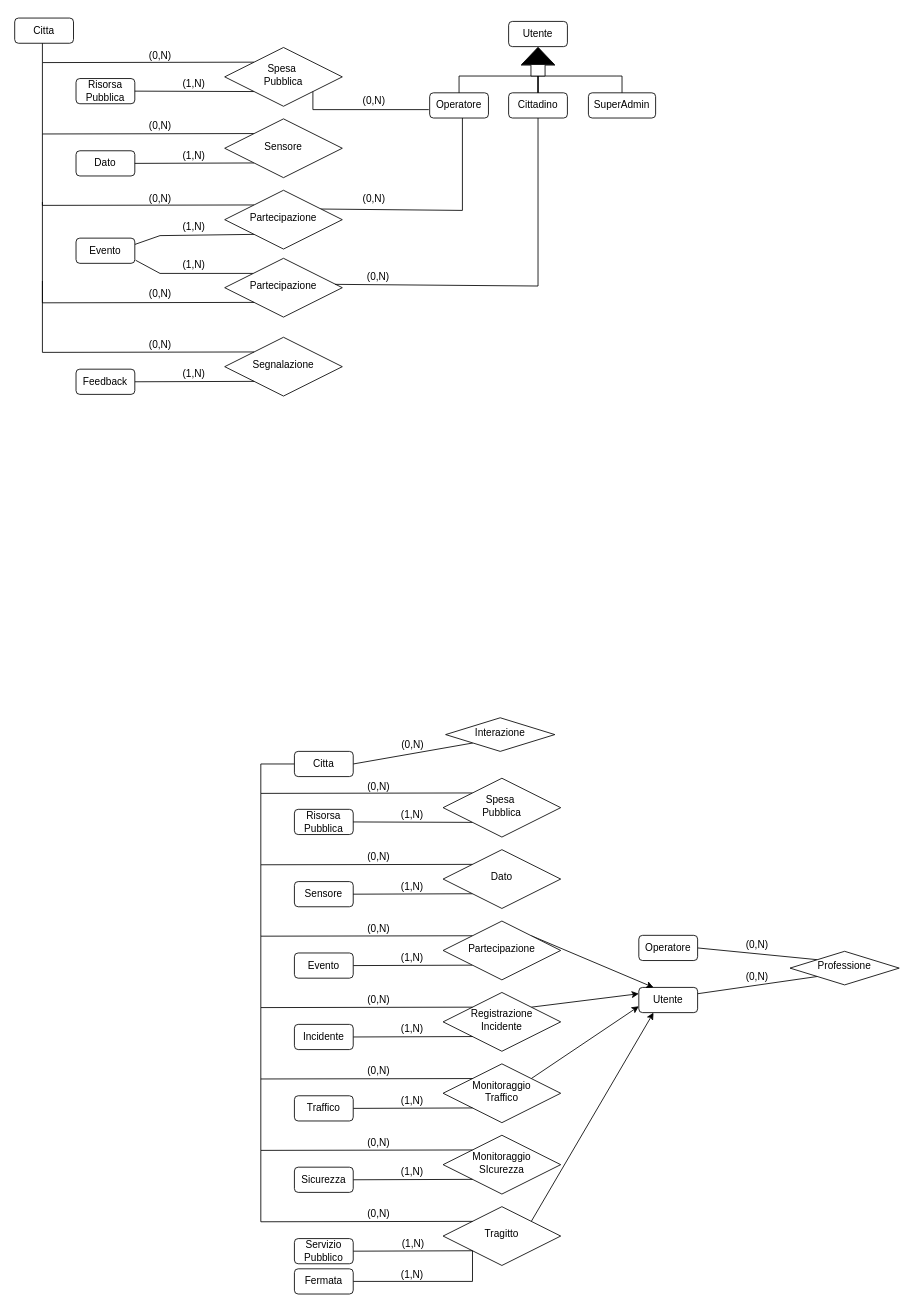
The draw.io diagram schema_scheletro.drawio in mattebest045/UrbanBrain, before the edit. Source tidied: cells renumbered, new cells numbered last; positions are measured from the earlier drawing's top-left corner, leaving out a move shared by most shapes. Both pictures are drawn from the tidied source at 84%, with x=0, y=0 at pixel (14, 18).
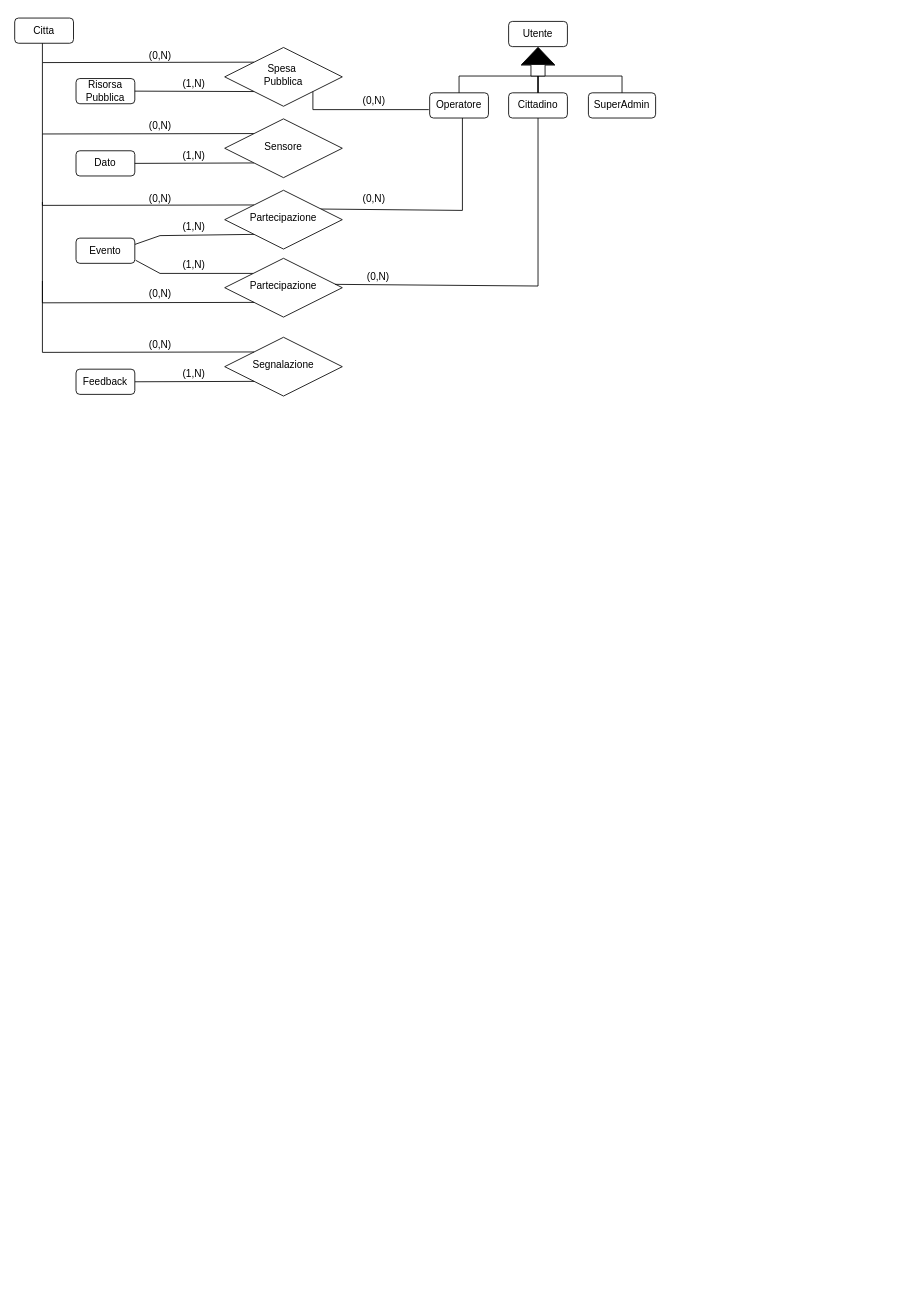
Above is the later version.

Change to the diagram source:
```diff
@@
-    <mxCell id="33" style="edgeStyle=none;rounded=0;html=1;exitX=1;exitY=0.5;exitDx=0;exitDy=0;entryX=0;entryY=0;entryDx=0;entryDy=0;endArrow=none;endFill=0;" parent="1" edge="1" source="34" target="36">
-      <mxGeometry relative="1" as="geometry" />
-    </mxCell>
-    <mxCell id="34" value="Operatore" style="rounded=1;whiteSpace=wrap;html=1;fontSize=12;glass=0;strokeWidth=1;shadow=0;" parent="1" vertex="1">
-      <mxGeometry x="743" y="1092" width="70" height="30" as="geometry" />
-    </mxCell>
-    <mxCell id="35" style="edgeStyle=none;rounded=0;html=1;exitX=0;exitY=1;exitDx=0;exitDy=0;entryX=1;entryY=0.25;entryDx=0;entryDy=0;endArrow=none;endFill=0;" parent="1" edge="1" source="36" target="37">
-      <mxGeometry relative="1" as="geometry" />
-    </mxCell>
-    <mxCell id="36" value="Professione" style="rhombus;whiteSpace=wrap;html=1;shadow=0;fontFamily=Helvetica;fontSize=12;align=center;strokeWidth=1;spacing=6;spacingTop=-4;" parent="1" vertex="1">
-      <mxGeometry x="923" y="1111" width="130" height="40" as="geometry" />
-    </mxCell>
-    <mxCell id="37" value="Utente" style="rounded=1;whiteSpace=wrap;html=1;fontSize=12;glass=0;strokeWidth=1;shadow=0;" parent="1" vertex="1">
-      <mxGeometry x="743" y="1154" width="70" height="30" as="geometry" />
-    </mxCell>
-    <mxCell id="38" style="edgeStyle=orthogonalEdgeStyle;rounded=0;orthogonalLoop=1;jettySize=auto;html=1;exitX=0.5;exitY=1;exitDx=0;exitDy=0;" parent="1" edge="1" source="36" target="36">
-      <mxGeometry relative="1" as="geometry" />
-    </mxCell>
-    <mxCell id="39" style="edgeStyle=none;rounded=0;html=1;exitX=0;exitY=1;exitDx=0;exitDy=0;entryX=1;entryY=0.5;entryDx=0;entryDy=0;endArrow=none;endFill=0;" parent="1" edge="1" source="40" target="43">
-      <mxGeometry relative="1" as="geometry" />
-    </mxCell>
-    <mxCell id="40" value="Interazione" style="rhombus;whiteSpace=wrap;html=1;shadow=0;fontFamily=Helvetica;fontSize=12;align=center;strokeWidth=1;spacing=6;spacingTop=-4;" parent="1" vertex="1">
-      <mxGeometry x="513" y="833" width="130" height="40" as="geometry" />
-    </mxCell>
-    <mxCell id="41" style="edgeStyle=orthogonalEdgeStyle;rounded=0;orthogonalLoop=1;jettySize=auto;html=1;exitX=0.5;exitY=1;exitDx=0;exitDy=0;" parent="1" edge="1" source="40" target="40">
-      <mxGeometry relative="1" as="geometry" />
-    </mxCell>
-    <mxCell id="42" style="edgeStyle=none;html=1;exitX=0;exitY=0.5;exitDx=0;exitDy=0;entryX=0;entryY=0;entryDx=0;entryDy=0;endArrow=none;endFill=0;rounded=0;" parent="1" edge="1" source="43" target="54">
-      <mxGeometry x="0.25" relative="1" as="geometry">
-        <Array as="points">
-          <mxPoint x="293" y="888" />
-          <mxPoint x="293" y="923" />
-        </Array>
-      </mxGeometry>
-    </mxCell>
-    <mxCell id="43" value="Citta" style="rounded=1;whiteSpace=wrap;html=1;fontSize=12;glass=0;strokeWidth=1;shadow=0;" parent="1" vertex="1">
-      <mxGeometry x="333" y="873" width="70" height="30" as="geometry" />
-    </mxCell>
-    <mxCell id="44" value="Risorsa Pubblica" style="rounded=1;whiteSpace=wrap;html=1;fontSize=12;glass=0;strokeWidth=1;shadow=0;" parent="1" vertex="1">
-      <mxGeometry x="333" y="942" width="70" height="30" as="geometry" />
-    </mxCell>
-    <mxCell id="45" value="Sensore" style="rounded=1;whiteSpace=wrap;html=1;fontSize=12;glass=0;strokeWidth=1;shadow=0;" parent="1" vertex="1">
-      <mxGeometry x="333" y="1028" width="70" height="30" as="geometry" />
-    </mxCell>
-    <mxCell id="46" style="edgeStyle=none;rounded=0;html=1;exitX=0;exitY=1;exitDx=0;exitDy=0;entryX=1;entryY=0.5;entryDx=0;entryDy=0;endArrow=none;endFill=0;" parent="1" edge="1" source="49" target="50">
-      <mxGeometry relative="1" as="geometry" />
-    </mxCell>
-    <mxCell id="47" style="edgeStyle=none;rounded=0;html=1;exitX=0;exitY=0;exitDx=0;exitDy=0;endArrow=none;endFill=0;" parent="1" edge="1" source="49">
-      <mxGeometry relative="1" as="geometry">
-        <mxPoint x="293" y="1008" as="targetPoint" />
-        <Array as="points">
-          <mxPoint x="293" y="1093" />
-        </Array>
-      </mxGeometry>
-    </mxCell>
-    <mxCell id="48" style="edgeStyle=none;html=1;exitX=1;exitY=0;exitDx=0;exitDy=0;entryX=0.25;entryY=0;entryDx=0;entryDy=0;" parent="1" edge="1" source="49" target="37">
-      <mxGeometry relative="1" as="geometry" />
-    </mxCell>
-    <mxCell id="49" value="Partecipazione" style="rhombus;whiteSpace=wrap;html=1;shadow=0;fontFamily=Helvetica;fontSize=12;align=center;strokeWidth=1;spacing=6;spacingTop=-4;" parent="1" vertex="1">
-      <mxGeometry x="510" y="1075" width="140" height="70" as="geometry" />
-    </mxCell>
-    <mxCell id="50" value="Evento" style="rounded=1;whiteSpace=wrap;html=1;fontSize=12;glass=0;strokeWidth=1;shadow=0;" parent="1" vertex="1">
-      <mxGeometry x="333" y="1113" width="70" height="30" as="geometry" />
-    </mxCell>
-    <mxCell id="51" style="edgeStyle=none;rounded=0;html=1;exitX=1;exitY=0.5;exitDx=0;exitDy=0;entryX=0;entryY=1;entryDx=0;entryDy=0;endArrow=none;endFill=0;" parent="1" edge="1" source="52" target="64">
-      <mxGeometry relative="1" as="geometry">
-        <Array as="points">
-          <mxPoint x="545" y="1504" />
-        </Array>
-      </mxGeometry>
-    </mxCell>
-    <mxCell id="52" value="Fermata" style="rounded=1;whiteSpace=wrap;html=1;fontSize=12;glass=0;strokeWidth=1;shadow=0;" parent="1" vertex="1">
-      <mxGeometry x="333" y="1489" width="70" height="30" as="geometry" />
-    </mxCell>
-    <mxCell id="53" style="edgeStyle=none;rounded=0;html=1;exitX=0;exitY=1;exitDx=0;exitDy=0;entryX=1;entryY=0.5;entryDx=0;entryDy=0;endArrow=none;endFill=0;" parent="1" edge="1" source="54" target="44">
-      <mxGeometry relative="1" as="geometry" />
-    </mxCell>
-    <mxCell id="54" value="Spesa&amp;nbsp;&lt;div&gt;Pubblica&lt;/div&gt;" style="rhombus;whiteSpace=wrap;html=1;shadow=0;fontFamily=Helvetica;fontSize=12;align=center;strokeWidth=1;spacing=6;spacingTop=-4;" parent="1" vertex="1">
-      <mxGeometry x="510" y="905" width="140" height="70" as="geometry" />
-    </mxCell>
-    <mxCell id="55" style="edgeStyle=none;rounded=0;html=1;exitX=0;exitY=1;exitDx=0;exitDy=0;entryX=1;entryY=0.5;entryDx=0;entryDy=0;endArrow=none;endFill=0;" parent="1" edge="1" source="57" target="45">
-      <mxGeometry relative="1" as="geometry" />
-    </mxCell>
-    <mxCell id="56" style="edgeStyle=none;rounded=0;html=1;exitX=0;exitY=0;exitDx=0;exitDy=0;endArrow=none;endFill=0;" parent="1" edge="1" source="57">
-      <mxGeometry relative="1" as="geometry">
-        <mxPoint x="293" y="923" as="targetPoint" />
-        <Array as="points">
-          <mxPoint x="293" y="1008" />
-        </Array>
-      </mxGeometry>
-    </mxCell>
-    <mxCell id="57" value="Dato" style="rhombus;whiteSpace=wrap;html=1;shadow=0;fontFamily=Helvetica;fontSize=12;align=center;strokeWidth=1;spacing=6;spacingTop=-4;" parent="1" vertex="1">
-      <mxGeometry x="510" y="990" width="140" height="70" as="geometry" />
-    </mxCell>
-    <mxCell id="58" style="edgeStyle=none;html=1;exitX=1;exitY=0;exitDx=0;exitDy=0;entryX=0;entryY=0.25;entryDx=0;entryDy=0;" parent="1" edge="1" source="59" target="37">
-      <mxGeometry relative="1" as="geometry" />
-    </mxCell>
-    <mxCell id="59" value="Registrazione&lt;div&gt;Incidente&lt;/div&gt;" style="rhombus;whiteSpace=wrap;html=1;shadow=0;fontFamily=Helvetica;fontSize=12;align=center;strokeWidth=1;spacing=6;spacingTop=-4;" parent="1" vertex="1">
-      <mxGeometry x="510" y="1160" width="140" height="70" as="geometry" />
-    </mxCell>
-    <mxCell id="60" style="edgeStyle=none;html=1;exitX=1;exitY=0;exitDx=0;exitDy=0;entryX=0;entryY=0.75;entryDx=0;entryDy=0;" parent="1" edge="1" source="61" target="37">
-      <mxGeometry relative="1" as="geometry" />
-    </mxCell>
-    <mxCell id="61" value="Monitoraggio&lt;div&gt;Traffico&lt;/div&gt;" style="rhombus;whiteSpace=wrap;html=1;shadow=0;fontFamily=Helvetica;fontSize=12;align=center;strokeWidth=1;spacing=6;spacingTop=-4;" parent="1" vertex="1">
-      <mxGeometry x="510" y="1245" width="140" height="70" as="geometry" />
-    </mxCell>
-    <mxCell id="62" value="Monitoraggio&lt;div&gt;SIcurezza&lt;/div&gt;" style="rhombus;whiteSpace=wrap;html=1;shadow=0;fontFamily=Helvetica;fontSize=12;align=center;strokeWidth=1;spacing=6;spacingTop=-4;" parent="1" vertex="1">
-      <mxGeometry x="510" y="1330" width="140" height="70" as="geometry" />
-    </mxCell>
-    <mxCell id="63" style="edgeStyle=none;html=1;exitX=1;exitY=0;exitDx=0;exitDy=0;entryX=0.25;entryY=1;entryDx=0;entryDy=0;" parent="1" edge="1" source="64" target="37">
-      <mxGeometry relative="1" as="geometry" />
-    </mxCell>
-    <mxCell id="64" value="Tragitto" style="rhombus;whiteSpace=wrap;html=1;shadow=0;fontFamily=Helvetica;fontSize=12;align=center;strokeWidth=1;spacing=6;spacingTop=-4;" parent="1" vertex="1">
-      <mxGeometry x="510" y="1415" width="140" height="70" as="geometry" />
-    </mxCell>
-    <mxCell id="65" value="(0,N)" style="text;html=1;align=center;verticalAlign=middle;whiteSpace=wrap;rounded=0;" parent="1" vertex="1">
-      <mxGeometry x="859" y="1094" width="50" height="20" as="geometry" />
-    </mxCell>
-    <mxCell id="66" value="(0,N)" style="text;html=1;align=center;verticalAlign=middle;whiteSpace=wrap;rounded=0;" parent="1" vertex="1">
-      <mxGeometry x="859" y="1132" width="50" height="20" as="geometry" />
-    </mxCell>
-    <mxCell id="67" value="(0,N)" style="text;html=1;align=center;verticalAlign=middle;whiteSpace=wrap;rounded=0;" parent="1" vertex="1">
-      <mxGeometry x="449" y="855" width="50" height="20" as="geometry" />
-    </mxCell>
-    <mxCell id="68" style="edgeStyle=none;rounded=0;html=1;exitX=0;exitY=1;exitDx=0;exitDy=0;entryX=1;entryY=0.5;entryDx=0;entryDy=0;endArrow=none;endFill=0;" parent="1" edge="1" target="70">
-      <mxGeometry relative="1" as="geometry">
-        <mxPoint x="545" y="1212.5" as="sourcePoint" />
-      </mxGeometry>
-    </mxCell>
-    <mxCell id="69" style="edgeStyle=none;rounded=0;html=1;exitX=0;exitY=0;exitDx=0;exitDy=0;endArrow=none;endFill=0;" parent="1" edge="1">
-      <mxGeometry relative="1" as="geometry">
-        <mxPoint x="545" y="1177.5" as="sourcePoint" />
-        <mxPoint x="293" y="1093" as="targetPoint" />
-        <Array as="points">
-          <mxPoint x="293" y="1178" />
-        </Array>
-      </mxGeometry>
-    </mxCell>
-    <mxCell id="70" value="Incidente" style="rounded=1;whiteSpace=wrap;html=1;fontSize=12;glass=0;strokeWidth=1;shadow=0;" parent="1" vertex="1">
-      <mxGeometry x="333" y="1198" width="70" height="30" as="geometry" />
-    </mxCell>
-    <mxCell id="71" style="edgeStyle=none;rounded=0;html=1;exitX=0;exitY=1;exitDx=0;exitDy=0;entryX=1;entryY=0.5;entryDx=0;entryDy=0;endArrow=none;endFill=0;" parent="1" edge="1" target="73">
-      <mxGeometry relative="1" as="geometry">
-        <mxPoint x="545" y="1297.5" as="sourcePoint" />
-      </mxGeometry>
-    </mxCell>
-    <mxCell id="72" style="edgeStyle=none;rounded=0;html=1;exitX=0;exitY=0;exitDx=0;exitDy=0;endArrow=none;endFill=0;" parent="1" edge="1">
-      <mxGeometry relative="1" as="geometry">
-        <mxPoint x="545" y="1262.5" as="sourcePoint" />
-        <mxPoint x="293" y="1178" as="targetPoint" />
-        <Array as="points">
-          <mxPoint x="293" y="1263" />
-        </Array>
-      </mxGeometry>
-    </mxCell>
-    <mxCell id="73" value="Traffico" style="rounded=1;whiteSpace=wrap;html=1;fontSize=12;glass=0;strokeWidth=1;shadow=0;" parent="1" vertex="1">
-      <mxGeometry x="333" y="1283" width="70" height="30" as="geometry" />
-    </mxCell>
-    <mxCell id="74" style="edgeStyle=none;rounded=0;html=1;exitX=0;exitY=1;exitDx=0;exitDy=0;entryX=1;entryY=0.5;entryDx=0;entryDy=0;endArrow=none;endFill=0;" parent="1" edge="1" target="76">
-      <mxGeometry relative="1" as="geometry">
-        <mxPoint x="545" y="1382.5" as="sourcePoint" />
-      </mxGeometry>
-    </mxCell>
-    <mxCell id="75" style="edgeStyle=none;rounded=0;html=1;exitX=0;exitY=0;exitDx=0;exitDy=0;endArrow=none;endFill=0;" parent="1" edge="1">
-      <mxGeometry relative="1" as="geometry">
-        <mxPoint x="545" y="1347.5" as="sourcePoint" />
-        <mxPoint x="293" y="1263" as="targetPoint" />
-        <Array as="points">
-          <mxPoint x="293" y="1348" />
-        </Array>
-      </mxGeometry>
-    </mxCell>
-    <mxCell id="76" value="Sicurezza" style="rounded=1;whiteSpace=wrap;html=1;fontSize=12;glass=0;strokeWidth=1;shadow=0;" parent="1" vertex="1">
-      <mxGeometry x="333" y="1368" width="70" height="30" as="geometry" />
-    </mxCell>
-    <mxCell id="77" style="edgeStyle=none;rounded=0;html=1;exitX=0;exitY=1;exitDx=0;exitDy=0;entryX=1;entryY=0.5;entryDx=0;entryDy=0;endArrow=none;endFill=0;" parent="1" edge="1" target="79">
-      <mxGeometry relative="1" as="geometry">
-        <mxPoint x="545" y="1467.5" as="sourcePoint" />
-      </mxGeometry>
-    </mxCell>
-    <mxCell id="78" style="edgeStyle=none;rounded=0;html=1;exitX=0;exitY=0;exitDx=0;exitDy=0;endArrow=none;endFill=0;" parent="1" edge="1">
-      <mxGeometry relative="1" as="geometry">
-        <mxPoint x="545" y="1432.5" as="sourcePoint" />
-        <mxPoint x="293" y="1348" as="targetPoint" />
-        <Array as="points">
-          <mxPoint x="293" y="1433" />
-        </Array>
-      </mxGeometry>
-    </mxCell>
-    <mxCell id="79" value="Servizio Pubblico" style="rounded=1;whiteSpace=wrap;html=1;fontSize=12;glass=0;strokeWidth=1;shadow=0;" parent="1" vertex="1">
-      <mxGeometry x="333" y="1453" width="70" height="30" as="geometry" />
-    </mxCell>
-    <mxCell id="80" value="(0,N)" style="text;html=1;align=center;verticalAlign=middle;strokeColor=none;fillColor=none;" parent="1" vertex="1">
-      <mxGeometry x="408" y="900" width="50" height="30" as="geometry" />
-    </mxCell>
-    <mxCell id="81" value="(0,N)" style="text;html=1;align=center;verticalAlign=middle;strokeColor=none;fillColor=none;" parent="1" vertex="1">
-      <mxGeometry x="408" y="984" width="50" height="30" as="geometry" />
-    </mxCell>
-    <mxCell id="82" value="(0,N)" style="text;html=1;align=center;verticalAlign=middle;strokeColor=none;fillColor=none;" parent="1" vertex="1">
-      <mxGeometry x="408" y="1070" width="50" height="30" as="geometry" />
-    </mxCell>
-    <mxCell id="83" value="(0,N)" style="text;html=1;align=center;verticalAlign=middle;strokeColor=none;fillColor=none;" parent="1" vertex="1">
-      <mxGeometry x="408" y="1154" width="50" height="30" as="geometry" />
-    </mxCell>
-    <mxCell id="84" value="(0,N)" style="text;html=1;align=center;verticalAlign=middle;strokeColor=none;fillColor=none;" parent="1" vertex="1">
-      <mxGeometry x="408" y="1239" width="50" height="30" as="geometry" />
-    </mxCell>
-    <mxCell id="85" value="(0,N)" style="text;html=1;align=center;verticalAlign=middle;strokeColor=none;fillColor=none;" parent="1" vertex="1">
-      <mxGeometry x="408" y="1324" width="50" height="30" as="geometry" />
-    </mxCell>
-    <mxCell id="86" value="(0,N)" style="text;html=1;align=center;verticalAlign=middle;strokeColor=none;fillColor=none;" parent="1" vertex="1">
-      <mxGeometry x="408" y="1409" width="50" height="30" as="geometry" />
-    </mxCell>
-    <mxCell id="87" value="(1,N)" style="text;html=1;align=center;verticalAlign=middle;strokeColor=none;fillColor=none;" parent="1" vertex="1">
-      <mxGeometry x="448" y="934" width="50" height="30" as="geometry" />
-    </mxCell>
-    <mxCell id="88" value="(1,N)" style="text;html=1;align=center;verticalAlign=middle;strokeColor=none;fillColor=none;" parent="1" vertex="1">
-      <mxGeometry x="448" y="1019" width="50" height="30" as="geometry" />
-    </mxCell>
-    <mxCell id="89" value="(1,N)" style="text;html=1;align=center;verticalAlign=middle;strokeColor=none;fillColor=none;" parent="1" vertex="1">
-      <mxGeometry x="448" y="1104" width="50" height="30" as="geometry" />
-    </mxCell>
-    <mxCell id="90" value="(1,N)" style="text;html=1;align=center;verticalAlign=middle;strokeColor=none;fillColor=none;" parent="1" vertex="1">
-      <mxGeometry x="448" y="1189" width="50" height="30" as="geometry" />
-    </mxCell>
-    <mxCell id="91" value="(1,N)" style="text;html=1;align=center;verticalAlign=middle;strokeColor=none;fillColor=none;" parent="1" vertex="1">
-      <mxGeometry x="448" y="1274" width="50" height="30" as="geometry" />
-    </mxCell>
-    <mxCell id="92" value="(1,N)" style="text;html=1;align=center;verticalAlign=middle;strokeColor=none;fillColor=none;" parent="1" vertex="1">
-      <mxGeometry x="448" y="1359" width="50" height="30" as="geometry" />
-    </mxCell>
-    <mxCell id="93" value="(1,N)" style="text;html=1;align=center;verticalAlign=middle;strokeColor=none;fillColor=none;" parent="1" vertex="1">
-      <mxGeometry x="449" y="1445" width="50" height="30" as="geometry" />
-    </mxCell>
-    <mxCell id="94" value="(1,N)" style="text;html=1;align=center;verticalAlign=middle;strokeColor=none;fillColor=none;" parent="1" vertex="1">
-      <mxGeometry x="448" y="1481" width="50" height="30" as="geometry" />
-    </mxCell>
```
